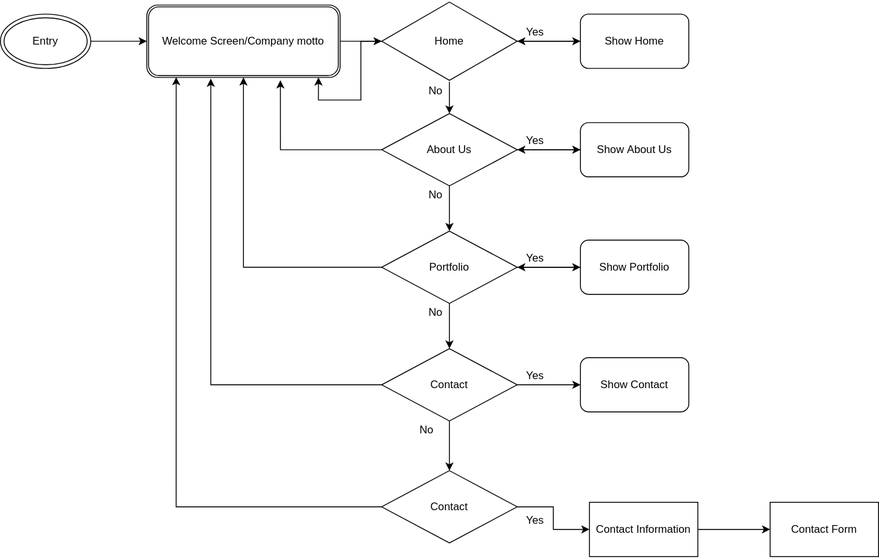
The draw.io diagram src/landingPage.svg in abhi00o7/landing-page, before a commit. Source tidied: cells renumbered, new cells last; positions are measured from the earlier drawing's top-left corner, leaving out a move shared by most shapes.
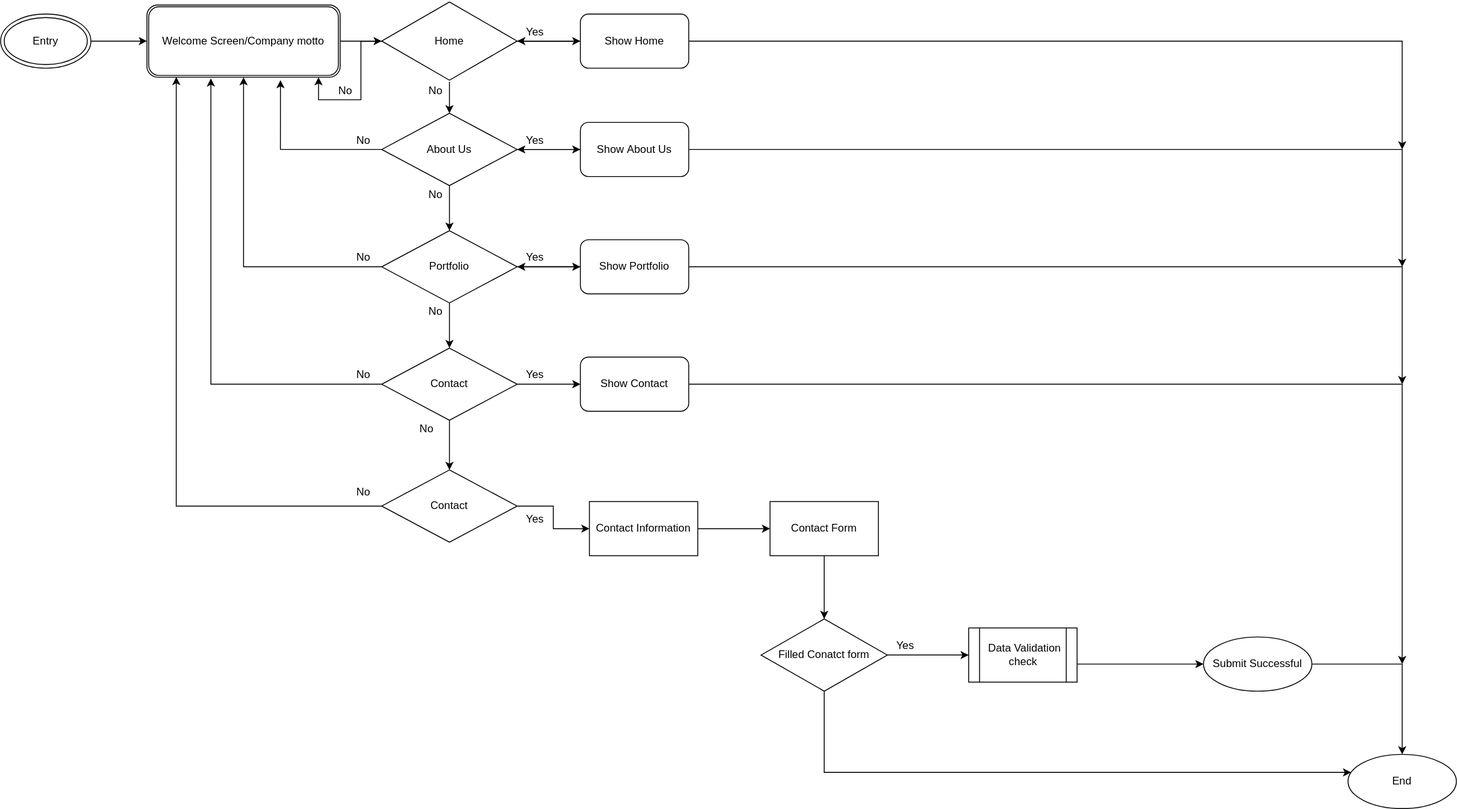
After the change.

Change to the diagram source:
```diff
@@ -39,6 +39,11 @@
     <mxCell id="12" value="No" style="text;html=1;strokeColor=none;fillColor=none;align=center;verticalAlign=middle;whiteSpace=wrap;rounded=0;" parent="1" vertex="1">
       <mxGeometry x="462" y="90" width="40" height="20" as="geometry" />
     </mxCell>
+    <mxCell id="44" style="edgeStyle=orthogonalEdgeStyle;rounded=0;jettySize=auto;html=1;" parent="1" edge="1" source="13">
+      <mxGeometry relative="1" as="geometry">
+        <mxPoint x="1552" y="165" as="targetPoint" />
+      </mxGeometry>
+    </mxCell>
     <mxCell id="13" value="Show Home" style="rounded=1;whiteSpace=wrap;html=1;" parent="1" vertex="1">
       <mxGeometry x="642" y="15" width="120" height="60" as="geometry" />
     </mxCell>
@@ -96,12 +101,22 @@
     <mxCell id="29" style="edgeStyle=orthogonalEdgeStyle;rounded=0;jettySize=auto;html=1;" parent="1" edge="1" source="30" target="17">
       <mxGeometry relative="1" as="geometry" />
     </mxCell>
+    <mxCell id="45" style="edgeStyle=orthogonalEdgeStyle;rounded=0;jettySize=auto;html=1;" parent="1" edge="1" source="30">
+      <mxGeometry relative="1" as="geometry">
+        <mxPoint x="1552" y="295" as="targetPoint" />
+      </mxGeometry>
+    </mxCell>
     <mxCell id="30" value="&lt;span&gt;Show&amp;nbsp;&lt;/span&gt;About Us" style="rounded=1;whiteSpace=wrap;html=1;" parent="1" vertex="1">
       <mxGeometry x="642" y="135" width="120" height="60" as="geometry" />
     </mxCell>
     <mxCell id="31" style="edgeStyle=orthogonalEdgeStyle;rounded=0;jettySize=auto;html=1;" parent="1" edge="1" source="32" target="22">
       <mxGeometry relative="1" as="geometry" />
     </mxCell>
+    <mxCell id="46" style="edgeStyle=orthogonalEdgeStyle;rounded=0;jettySize=auto;html=1;" parent="1" edge="1" source="32">
+      <mxGeometry relative="1" as="geometry">
+        <mxPoint x="1552" y="425" as="targetPoint" />
+      </mxGeometry>
+    </mxCell>
     <mxCell id="32" value="&lt;span&gt;Show&amp;nbsp;&lt;/span&gt;Portfolio" style="rounded=1;whiteSpace=wrap;html=1;" parent="1" vertex="1">
       <mxGeometry x="642" y="265" width="120" height="60" as="geometry" />
     </mxCell>
@@ -122,6 +137,11 @@
     <mxCell id="37" value="Yes" style="text;html=1;strokeColor=none;fillColor=none;align=center;verticalAlign=middle;whiteSpace=wrap;rounded=0;" parent="1" vertex="1">
       <mxGeometry x="572" y="275" width="40" height="20" as="geometry" />
     </mxCell>
+    <mxCell id="47" style="edgeStyle=orthogonalEdgeStyle;rounded=0;jettySize=auto;html=1;" parent="1" edge="1" source="38">
+      <mxGeometry relative="1" as="geometry">
+        <mxPoint x="1552" y="735" as="targetPoint" />
+      </mxGeometry>
+    </mxCell>
     <mxCell id="38" value="Show Contact" style="rounded=1;whiteSpace=wrap;html=1;" parent="1" vertex="1">
       <mxGeometry x="642" y="395" width="120" height="60" as="geometry" />
     </mxCell>
@@ -137,8 +157,57 @@
     <mxCell id="42" value="Contact Information" style="rounded=0;whiteSpace=wrap;html=1;" parent="1" vertex="1">
       <mxGeometry x="652" y="555" width="120" height="60" as="geometry" />
     </mxCell>
+    <mxCell id="48" style="edgeStyle=orthogonalEdgeStyle;rounded=0;jettySize=auto;html=1;" parent="1" edge="1" source="43" target="52">
+      <mxGeometry relative="1" as="geometry" />
+    </mxCell>
     <mxCell id="43" value="Contact Form" style="rounded=0;whiteSpace=wrap;html=1;" parent="1" vertex="1">
       <mxGeometry x="852" y="555" width="120" height="60" as="geometry" />
     </mxCell>
+    <mxCell id="49" style="edgeStyle=orthogonalEdgeStyle;rounded=0;jettySize=auto;html=1;" parent="1" edge="1" source="52" target="53">
+      <mxGeometry relative="1" as="geometry" />
+    </mxCell>
+    <mxCell id="50" style="edgeStyle=orthogonalEdgeStyle;rounded=0;jettySize=auto;html=1;" parent="1" edge="1" source="52" target="61">
+      <mxGeometry relative="1" as="geometry" />
+    </mxCell>
+    <mxCell id="51" style="edgeStyle=orthogonalEdgeStyle;rounded=0;jettySize=auto;html=1;" parent="1" edge="1" source="52" target="62">
+      <mxGeometry relative="1" as="geometry">
+        <Array as="points">
+          <mxPoint x="912" y="855" />
+        </Array>
+      </mxGeometry>
+    </mxCell>
+    <mxCell id="52" value="Filled Conatct form" style="rhombus;whiteSpace=wrap;html=1;rounded=0;" parent="1" vertex="1">
+      <mxGeometry x="842" y="685" width="140" height="80" as="geometry" />
+    </mxCell>
+    <mxCell id="53" value="&amp;nbsp;Data Validation check" style="shape=process;whiteSpace=wrap;html=1;backgroundOutline=1;rounded=0;" parent="1" vertex="1">
+      <mxGeometry x="1072" y="695" width="120" height="60" as="geometry" />
+    </mxCell>
+    <mxCell id="54" value="No" style="text;html=1;strokeColor=none;fillColor=none;align=center;verticalAlign=middle;whiteSpace=wrap;rounded=0;" parent="1" vertex="1">
+      <mxGeometry x="362" y="90" width="40" height="20" as="geometry" />
+    </mxCell>
+    <mxCell id="55" value="No" style="text;html=1;strokeColor=none;fillColor=none;align=center;verticalAlign=middle;whiteSpace=wrap;rounded=0;" parent="1" vertex="1">
+      <mxGeometry x="382" y="145" width="40" height="20" as="geometry" />
+    </mxCell>
+    <mxCell id="56" value="No" style="text;html=1;strokeColor=none;fillColor=none;align=center;verticalAlign=middle;whiteSpace=wrap;rounded=0;" parent="1" vertex="1">
+      <mxGeometry x="382" y="275" width="40" height="20" as="geometry" />
+    </mxCell>
+    <mxCell id="57" value="No" style="text;html=1;strokeColor=none;fillColor=none;align=center;verticalAlign=middle;whiteSpace=wrap;rounded=0;" parent="1" vertex="1">
+      <mxGeometry x="382" y="405" width="40" height="20" as="geometry" />
+    </mxCell>
+    <mxCell id="58" value="No" style="text;html=1;strokeColor=none;fillColor=none;align=center;verticalAlign=middle;whiteSpace=wrap;rounded=0;" parent="1" vertex="1">
+      <mxGeometry x="382" y="535" width="40" height="20" as="geometry" />
+    </mxCell>
+    <mxCell id="59" value="Yes" style="text;html=1;strokeColor=none;fillColor=none;align=center;verticalAlign=middle;whiteSpace=wrap;rounded=0;" parent="1" vertex="1">
+      <mxGeometry x="982" y="705" width="40" height="20" as="geometry" />
+    </mxCell>
+    <mxCell id="60" style="edgeStyle=orthogonalEdgeStyle;rounded=0;jettySize=auto;html=1;entryX=0.5;entryY=0;entryDx=0;entryDy=0;" parent="1" edge="1" source="61" target="62">
+      <mxGeometry relative="1" as="geometry" />
+    </mxCell>
+    <mxCell id="61" value="Submit Successful" style="ellipse;whiteSpace=wrap;html=1;rounded=0;" parent="1" vertex="1">
+      <mxGeometry x="1332" y="705" width="120" height="60" as="geometry" />
+    </mxCell>
+    <mxCell id="62" value="End" style="ellipse;whiteSpace=wrap;html=1;rounded=0;" parent="1" vertex="1">
+      <mxGeometry x="1492" y="835" width="120" height="60" as="geometry" />
+    </mxCell>
   </root>
 </mxGraphModel>
```
